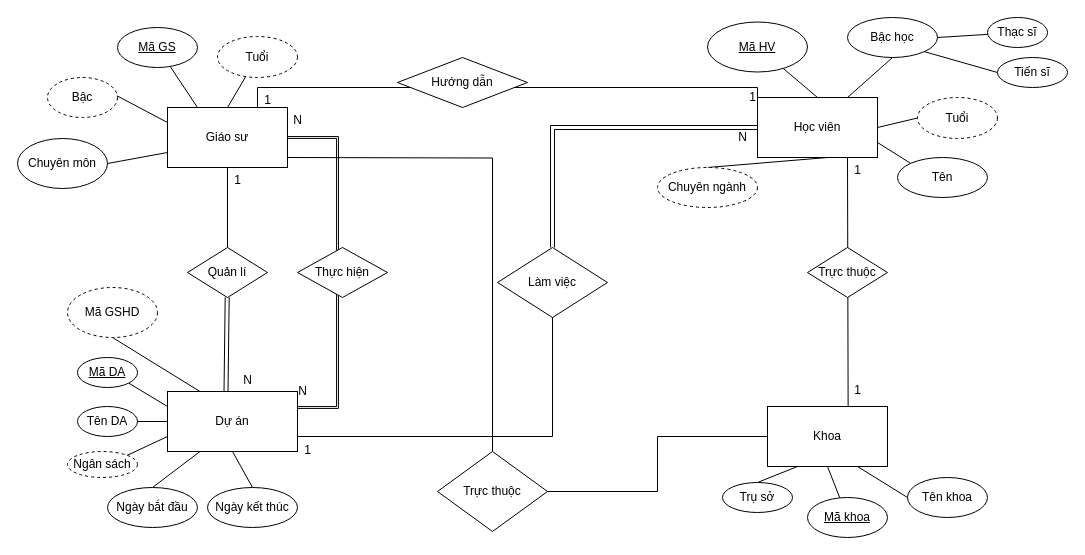
Before: Biểu đồ không có tiêu đề.drawio in nqminh11605/hine16.github.io, a draw.io diagram. Source tidied: cells renumbered, new cells numbered last; positions are measured from the earlier drawing's top-left corner, leaving out a move shared by most shapes. Both pictures are drawn from the tidied source at 100%, with x=0, y=0 at pixel (17, 17).
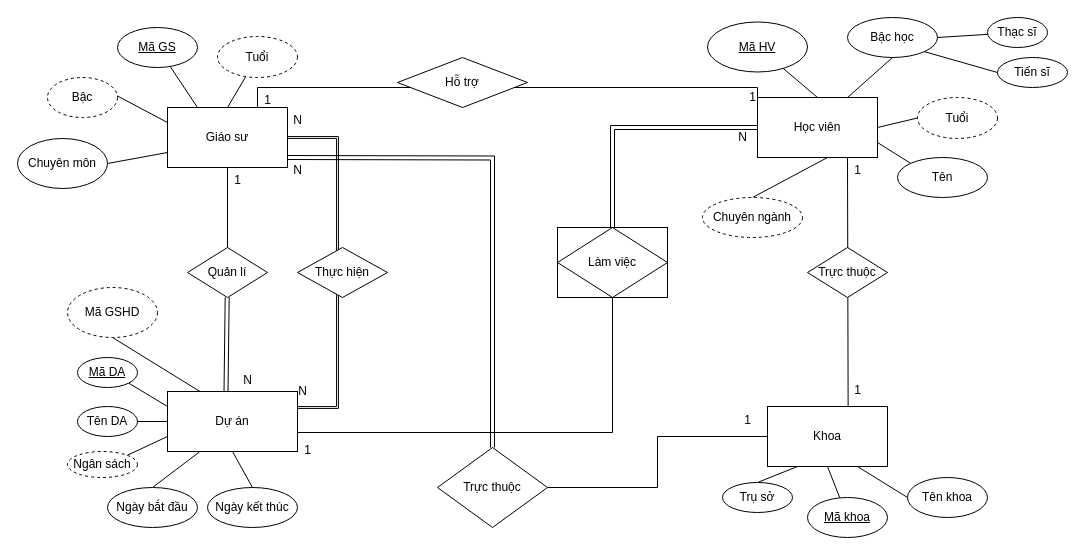
The same diagram, later.

Commit message:
Cập nhật Biểu đồ không có tiêu đề.drawio

The change refers to these unchanged cells:
```xml
<mxCell id="50" value="Dự án" style="rounded=0;whiteSpace=wrap;html=1;fontSize=12;" parent="1" vertex="1">
  <mxGeometry x="150" y="374" width="130" height="60" as="geometry" />
</mxCell>
```

The edit, as a diff of the source:
```diff
@@
+    <mxCell id="71" style="rounded=0;whiteSpace=wrap;html=1;" parent="1" vertex="1">
+      <mxGeometry x="540" y="210" width="110" height="70" as="geometry" />
+    </mxCell>
@@
-    <mxCell id="51" style="endArrow=none;html=1;rounded=0;exitX=1;exitY=0.75;exitDx=0;exitDy=0;entryX=0;entryY=0.5;entryDx=0;entryDy=0;edgeStyle=orthogonalEdgeStyle;fontSize=12;" parent="1" edge="1" source="50" target="52">
+    <mxCell id="51" style="endArrow=none;html=1;rounded=0;exitX=1;exitY=0.75;exitDx=0;exitDy=0;edgeStyle=orthogonalEdgeStyle;fontSize=12;entryX=0.5;entryY=1;entryDx=0;entryDy=0;" parent="1" edge="1" target="52">
       <mxGeometry relative="1" as="geometry">
+        <mxPoint x="280" y="415" as="sourcePoint" />
         <Array as="points">
-          <mxPoint x="535" y="419" />
-          <mxPoint x="535" y="265" />
+          <mxPoint x="595" y="415" />
         </Array>
       </mxGeometry>
     </mxCell>
     <mxCell id="52" value="Làm việc" style="rhombus;whiteSpace=wrap;html=1;fontSize=12;" parent="1" vertex="1">
-      <mxGeometry x="480" y="230" width="110" height="70" as="geometry" />
+      <mxGeometry x="540" y="210" width="110" height="70" as="geometry" />
     </mxCell>
@@
-    <mxCell id="59" value="Hướng dẫn" style="rhombus;whiteSpace=wrap;html=1;fontSize=12;" parent="1" vertex="1">
+    <mxCell id="59" value="Hỗ trợ" style="rhombus;whiteSpace=wrap;html=1;fontSize=12;" parent="1" vertex="1">
       <mxGeometry x="380" y="40" width="130" height="50" as="geometry" />
     </mxCell>
@@
     <mxCell id="61" value="Chuyên ngành" style="ellipse;whiteSpace=wrap;html=1;dashed=1;fontSize=12;" parent="1" vertex="1">
-      <mxGeometry x="640" y="150" width="100" height="40" as="geometry" />
+      <mxGeometry x="685" y="180" width="100" height="40" as="geometry" />
     </mxCell>
@@
-    <mxCell id="68" style="endArrow=none;html=1;rounded=0;edgeStyle=orthogonalEdgeStyle;" parent="1" edge="1" target="69">
+    <mxCell id="68" style="endArrow=none;html=1;rounded=0;edgeStyle=orthogonalEdgeStyle;shape=link;" parent="1" edge="1" target="69">
       <mxGeometry relative="1" as="geometry">
         <mxPoint x="270" y="140" as="sourcePoint" />
       </mxGeometry>
     </mxCell>
     <mxCell id="69" value="Trực thuộc" style="rhombus;whiteSpace=wrap;html=1;" parent="1" vertex="1">
-      <mxGeometry x="420" y="434" width="110" height="80" as="geometry" />
+      <mxGeometry x="420" y="430" width="110" height="80" as="geometry" />
     </mxCell>
@@
+    <mxCell id="72" value="1" style="text;html=1;align=center;verticalAlign=middle;strokeColor=none;fillColor=none;" parent="1" vertex="1">
+      <mxGeometry x="715" y="388" width="30" height="30" as="geometry" />
+    </mxCell>
+    <mxCell id="73" value="N" style="text;html=1;align=center;verticalAlign=middle;strokeColor=none;fillColor=none;" parent="1" vertex="1">
+      <mxGeometry x="265" y="138" width="30" height="30" as="geometry" />
+    </mxCell>
```
